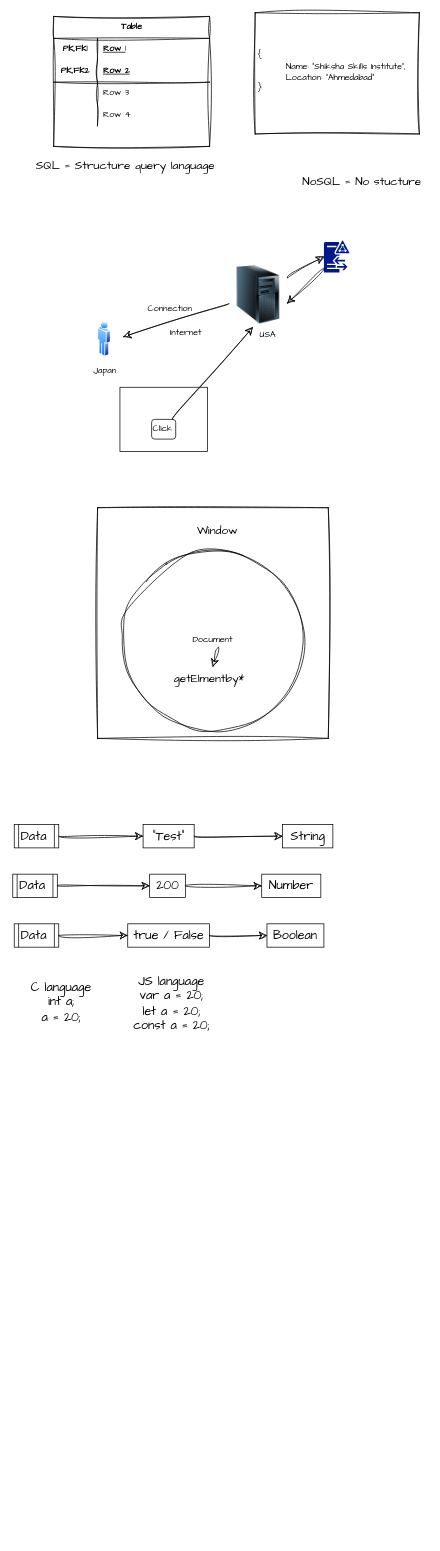
The draw.io diagram page "Page-13" (14 of 15) of javascript basic to advance.drawio in Shiksha-Skills-Institute/web-development-notes, before the edit. Source tidied: cells renumbered, new cells numbered last; positions are measured from the earlier drawing's top-left corner, leaving out a move shared by most shapes. Both pictures are drawn from the tidied source at 73%, with x=0, y=0 at pixel (12, 12).
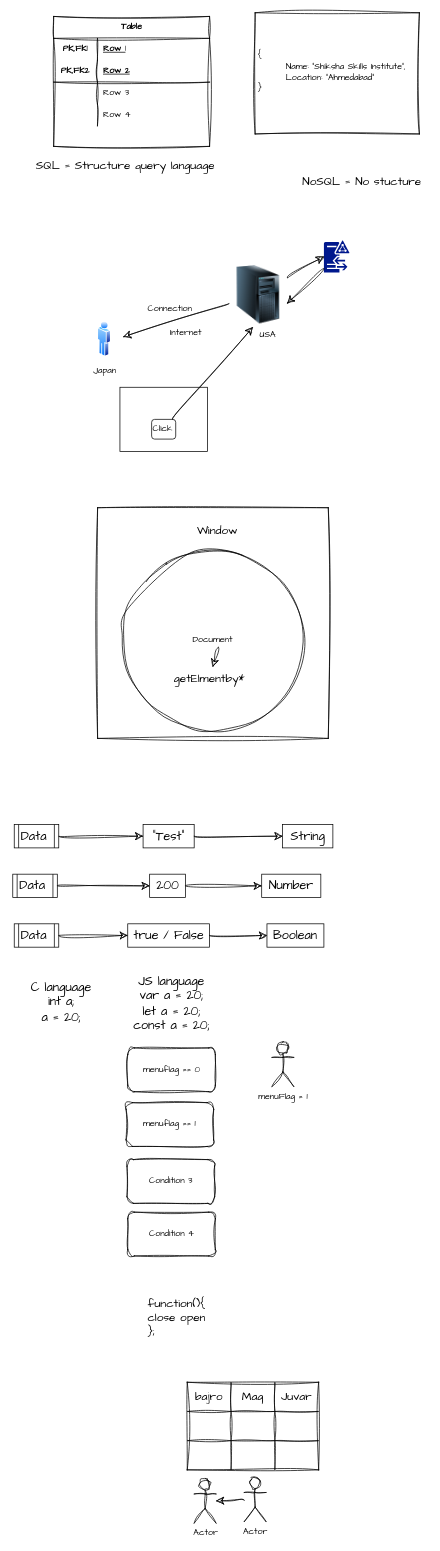
After the change.

What changed in the source:
```diff
@@
+    <mxCell id="54" value="menuflag == 0" style="rounded=1;whiteSpace=wrap;html=1;sketch=1;hachureGap=4;jiggle=2;curveFitting=1;fontFamily=Architects Daughter;" parent="1" vertex="1">
+      <mxGeometry x="157.5" y="1418" width="120" height="60" as="geometry" />
+    </mxCell>
+    <mxCell id="55" value="menuflag == 1" style="rounded=1;whiteSpace=wrap;html=1;sketch=1;hachureGap=4;jiggle=2;curveFitting=1;fontFamily=Architects Daughter;" parent="1" vertex="1">
+      <mxGeometry x="155.2" y="1493" width="120" height="60" as="geometry" />
+    </mxCell>
+    <mxCell id="56" value="Condition 4" style="rounded=1;whiteSpace=wrap;html=1;sketch=1;hachureGap=4;jiggle=2;curveFitting=1;fontFamily=Architects Daughter;" parent="1" vertex="1">
+      <mxGeometry x="157.5" y="1643" width="120" height="60" as="geometry" />
+    </mxCell>
+    <mxCell id="57" value="Condition 3" style="rounded=1;whiteSpace=wrap;html=1;sketch=1;hachureGap=4;jiggle=2;curveFitting=1;fontFamily=Architects Daughter;" parent="1" vertex="1">
+      <mxGeometry x="156.5" y="1571" width="120" height="60" as="geometry" />
+    </mxCell>
+    <mxCell id="58" value="function(){&lt;div&gt;close open&lt;/div&gt;&lt;div&gt;};&lt;/div&gt;" style="text;html=1;align=left;verticalAlign=middle;strokeColor=none;fillColor=none;fontSize=16;fontFamily=Architects Daughter;" parent="1" vertex="1">
+      <mxGeometry x="183.2" y="1752" width="97" height="70" as="geometry" />
+    </mxCell>
+    <mxCell id="59" value="menuFlag = 1" style="shape=umlActor;verticalLabelPosition=bottom;verticalAlign=top;html=1;sketch=1;hachureGap=4;jiggle=2;curveFitting=1;fontFamily=Architects Daughter;" parent="1" vertex="1">
+      <mxGeometry x="355" y="1411" width="30" height="60" as="geometry" />
+    </mxCell>
+    <mxCell id="60" style="edgeStyle=none;curved=1;rounded=0;sketch=1;hachureGap=4;jiggle=2;curveFitting=1;jettySize=auto;html=1;fontFamily=Architects Daughter;fontSize=12;startSize=8;endSize=8;" parent="1" edge="1" source="61" target="62">
+      <mxGeometry relative="1" as="geometry" />
+    </mxCell>
+    <mxCell id="61" value="Actor" style="shape=umlActor;verticalLabelPosition=bottom;verticalAlign=top;html=1;outlineConnect=0;sketch=1;hachureGap=4;jiggle=2;curveFitting=1;fontFamily=Architects Daughter;" parent="1" vertex="1">
+      <mxGeometry x="317" y="2007" width="30" height="60" as="geometry" />
+    </mxCell>
+    <mxCell id="62" value="Actor" style="shape=umlActor;verticalLabelPosition=bottom;verticalAlign=top;html=1;outlineConnect=0;sketch=1;hachureGap=4;jiggle=2;curveFitting=1;fontFamily=Architects Daughter;" parent="1" vertex="1">
+      <mxGeometry x="248.5" y="2009" width="30" height="60" as="geometry" />
+    </mxCell>
+    <mxCell id="63" style="shape=table;startSize=0;childLayout=tableLayout;fontSize=16;sketch=1;hachureGap=4;jiggle=2;curveFitting=1;fontFamily=Architects Daughter;" parent="1" vertex="1">
+      <mxGeometry x="239" y="1876" width="180" height="120" as="geometry" />
+    </mxCell>
+    <mxCell id="64" style="shape=tableRow;horizontal=0;startSize=0;swimlaneHead=0;swimlaneBody=0;strokeColor=inherit;top=0;left=0;bottom=0;right=0;fillColor=none;fontSize=16;sketch=1;hachureGap=4;jiggle=2;curveFitting=1;fontFamily=Architects Daughter;" parent="63" vertex="1">
+      <mxGeometry width="180" height="40" as="geometry" />
+    </mxCell>
+    <mxCell id="65" value="bajro" style="shape=partialRectangle;html=1;whiteSpace=wrap;strokeColor=inherit;overflow=hidden;fillColor=none;top=0;left=0;bottom=0;right=0;fontSize=16;sketch=1;hachureGap=4;jiggle=2;curveFitting=1;fontFamily=Architects Daughter;" parent="64" vertex="1">
+      <mxGeometry width="60" height="40" as="geometry" />
+    </mxCell>
+    <mxCell id="66" value="Mag" style="shape=partialRectangle;html=1;whiteSpace=wrap;strokeColor=inherit;overflow=hidden;fillColor=none;top=0;left=0;bottom=0;right=0;fontSize=16;sketch=1;hachureGap=4;jiggle=2;curveFitting=1;fontFamily=Architects Daughter;" parent="64" vertex="1">
+      <mxGeometry x="60" width="60" height="40" as="geometry" />
+    </mxCell>
+    <mxCell id="67" value="Juvar" style="shape=partialRectangle;html=1;whiteSpace=wrap;strokeColor=inherit;overflow=hidden;fillColor=none;top=0;left=0;bottom=0;right=0;fontSize=16;sketch=1;hachureGap=4;jiggle=2;curveFitting=1;fontFamily=Architects Daughter;" parent="64" vertex="1">
+      <mxGeometry x="120" width="60" height="40" as="geometry" />
+    </mxCell>
+    <mxCell id="68" style="shape=tableRow;horizontal=0;startSize=0;swimlaneHead=0;swimlaneBody=0;strokeColor=inherit;top=0;left=0;bottom=0;right=0;fillColor=none;fontSize=16;sketch=1;hachureGap=4;jiggle=2;curveFitting=1;fontFamily=Architects Daughter;" parent="63" vertex="1">
+      <mxGeometry y="40" width="180" height="40" as="geometry" />
+    </mxCell>
+    <mxCell id="69" style="shape=partialRectangle;html=1;whiteSpace=wrap;strokeColor=inherit;overflow=hidden;fillColor=none;top=0;left=0;bottom=0;right=0;fontSize=16;sketch=1;hachureGap=4;jiggle=2;curveFitting=1;fontFamily=Architects Daughter;" parent="68" vertex="1">
+      <mxGeometry width="60" height="40" as="geometry" />
+    </mxCell>
+    <mxCell id="70" style="shape=partialRectangle;html=1;whiteSpace=wrap;strokeColor=inherit;overflow=hidden;fillColor=none;top=0;left=0;bottom=0;right=0;fontSize=16;sketch=1;hachureGap=4;jiggle=2;curveFitting=1;fontFamily=Architects Daughter;" parent="68" vertex="1">
+      <mxGeometry x="60" width="60" height="40" as="geometry" />
+    </mxCell>
+    <mxCell id="71" style="shape=partialRectangle;html=1;whiteSpace=wrap;strokeColor=inherit;overflow=hidden;fillColor=none;top=0;left=0;bottom=0;right=0;fontSize=16;sketch=1;hachureGap=4;jiggle=2;curveFitting=1;fontFamily=Architects Daughter;" parent="68" vertex="1">
+      <mxGeometry x="120" width="60" height="40" as="geometry" />
+    </mxCell>
+    <mxCell id="72" style="shape=tableRow;horizontal=0;startSize=0;swimlaneHead=0;swimlaneBody=0;strokeColor=inherit;top=0;left=0;bottom=0;right=0;fillColor=none;fontSize=16;sketch=1;hachureGap=4;jiggle=2;curveFitting=1;fontFamily=Architects Daughter;" parent="63" vertex="1">
+      <mxGeometry y="80" width="180" height="40" as="geometry" />
+    </mxCell>
+    <mxCell id="73" style="shape=partialRectangle;html=1;whiteSpace=wrap;strokeColor=inherit;overflow=hidden;fillColor=none;top=0;left=0;bottom=0;right=0;fontSize=16;sketch=1;hachureGap=4;jiggle=2;curveFitting=1;fontFamily=Architects Daughter;" parent="72" vertex="1">
+      <mxGeometry width="60" height="40" as="geometry" />
+    </mxCell>
+    <mxCell id="74" style="shape=partialRectangle;html=1;whiteSpace=wrap;strokeColor=inherit;overflow=hidden;fillColor=none;top=0;left=0;bottom=0;right=0;fontSize=16;sketch=1;hachureGap=4;jiggle=2;curveFitting=1;fontFamily=Architects Daughter;" parent="72" vertex="1">
+      <mxGeometry x="60" width="60" height="40" as="geometry" />
+    </mxCell>
+    <mxCell id="75" style="shape=partialRectangle;html=1;whiteSpace=wrap;strokeColor=inherit;overflow=hidden;fillColor=none;top=0;left=0;bottom=0;right=0;fontSize=16;sketch=1;hachureGap=4;jiggle=2;curveFitting=1;fontFamily=Architects Daughter;" parent="72" vertex="1">
+      <mxGeometry x="120" width="60" height="40" as="geometry" />
+    </mxCell>
```
